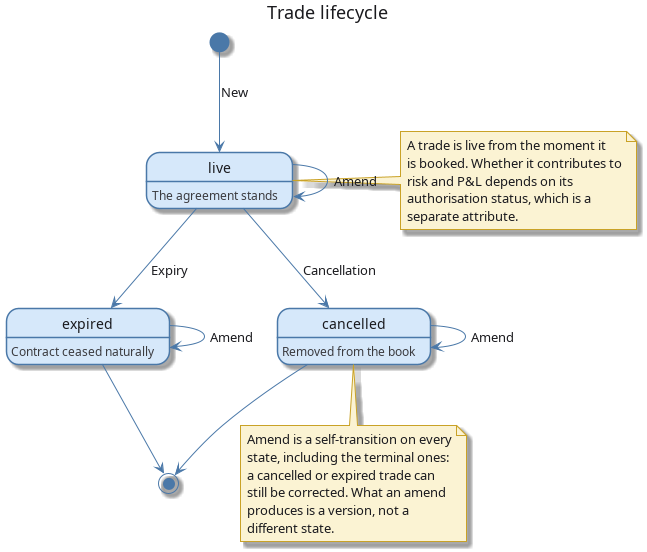
This is doc/knowledge/domain/trade_status_lifecycle.png from OreStudio/OreStudio, a PlantUML export, as it was before one commit. Its source is kept beside it as doc/knowledge/domain/trade_status_lifecycle.puml.
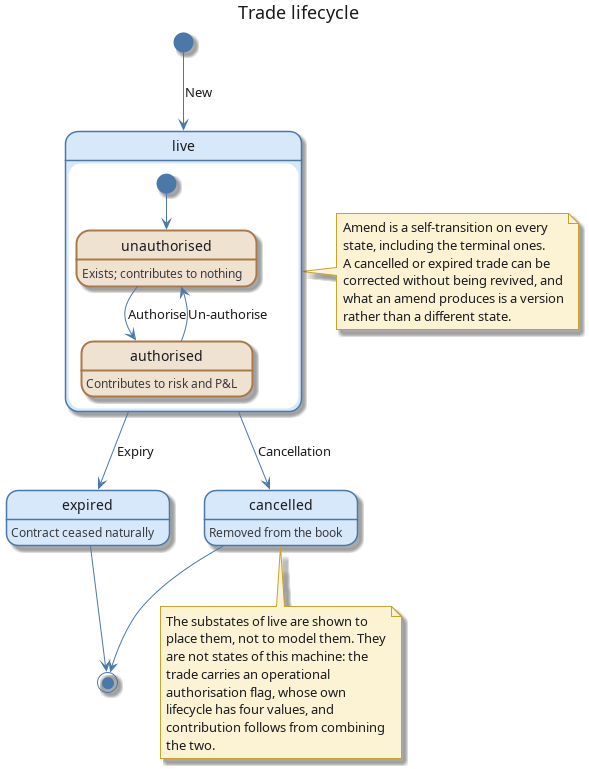
Above is the later version.

Commit message:
[doc] Show live as a composite state with an authorisation substate

The edit, as a diff of the source:
```diff
@@ -21,40 +21,48 @@
 skinparam BackgroundColor white
 skinparam DefaultFontColor #1A1A1E
 
-state "live" as Live
+state "live" as Live {
+  state "unauthorised" as Unauthorised #F0E2D0 ##[bold]A87A4A
+  state "authorised" as Authorised #F0E2D0 ##[bold]A87A4A
+
+  Unauthorised : Exists; contributes to nothing
+  Authorised : Contributes to risk and P&L
+
+  [*] --> Unauthorised
+  Unauthorised --> Authorised : Authorise
+  Authorised --> Unauthorised : Un-authorise
+}
+
 state "expired" as Expired
 state "cancelled" as Cancelled
 
-Live : The agreement stands
 Expired : Contract ceased naturally
 Cancelled : Removed from the book
 
 [*] --> Live : New
 Live --> Expired : Expiry
 Live --> Cancelled : Cancellation
-
-Live --> Live : Amend
-Expired --> Expired : Amend
-Cancelled --> Cancelled : Amend
-
 Expired --> [*]
 Cancelled --> [*]
 
 note right of Live
-  A trade is live from the moment it
-  is booked. Whether it contributes to
-  risk and P&L depends on its
-  authorisation status, which is a
-  separate attribute.
+  Amend is a self-transition on every
+  state, including the terminal ones.
+  A cancelled or expired trade can be
+  corrected without being revived, and
+  what an amend produces is a version
+  rather than a different state.
 end note
 
 note bottom of Cancelled
-  Amend is a self-transition on every
-  state, including the terminal ones:
-  a cancelled or expired trade can
-  still be corrected. What an amend
-  produces is a version, not a
-  different state.
+  The substates of live are shown to
+  place them, not to model them. They
+  are not states of this machine: the
+  trade carries an operational
+  authorisation flag, whose own
+  lifecycle has four values, and
+  contribution follows from combining
+  the two.
 end note
 
 @enduml
```
